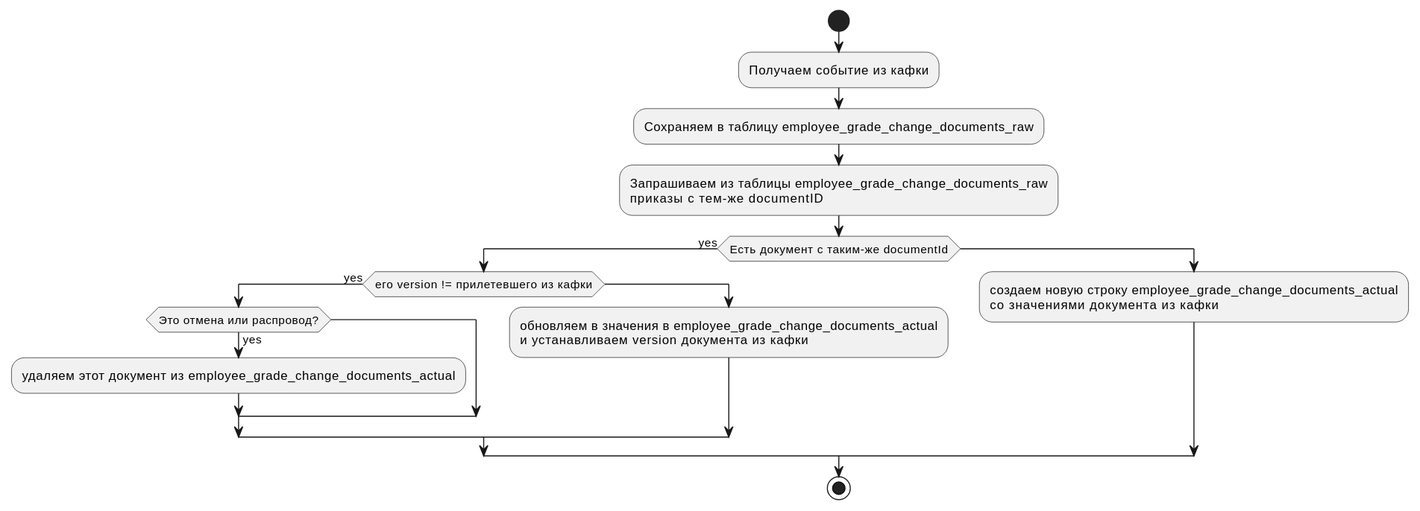
Above: static/images/data/diagrams/staff-core/FillChangesFlowGradeOrdersTopic.svg in x666ep/staff-core-architectural-analysis (PlantUML), before the change. The source it was exported from:
```plantuml
@startuml FillChangesFlowGradeOrdersTopic
skinparam ConditionEndStyle hline
scale max 500 height
    start
        :Получаем событие из кафки;
        :Сохраняем в таблицу employee_grade_change_documents_raw;
        :Запрашиваем из таблицы employee_grade_change_documents_raw
        приказы с тем-же documentID;

        if (Есть документ с таким-же documentId) then (yes)
            if (его version != прилетевшего из кафки) then (yes)
                if (Это отмена или распровод?) then (yes)
                    :удаляем этот документ из employee_grade_change_documents_actual;
                endif
            else
            :обновляем в значения в employee_grade_change_documents_actual
            и устанавливаем version документа из кафки;
            endif
            else
            :создаем новую строку employee_grade_change_documents_actual
            со значениями документа из кафки;
        endif
    stop
@enduml
```
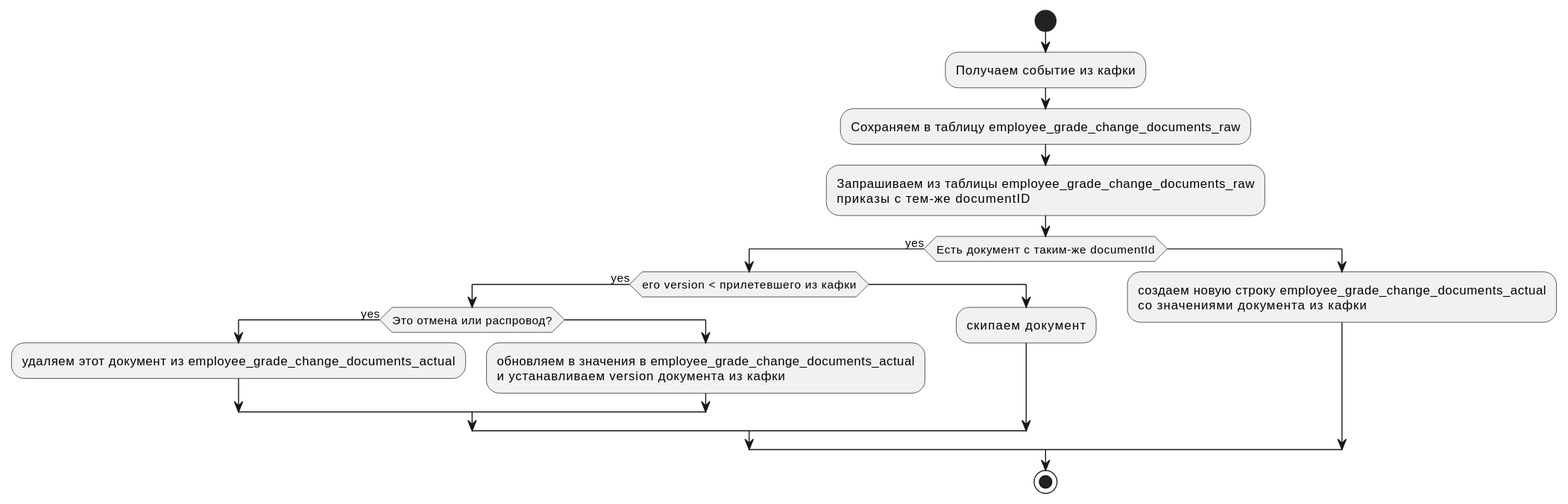
Later version of the same file.

Change to the diagram source:
```diff
@@ -8,13 +8,16 @@
         приказы с тем-же documentID;
 
         if (Есть документ с таким-же documentId) then (yes)
-            if (его version != прилетевшего из кафки) then (yes)
+            if (его version < прилетевшего из кафки) then (yes)
+
                 if (Это отмена или распровод?) then (yes)
                     :удаляем этот документ из employee_grade_change_documents_actual;
+                    else
+                    :обновляем в значения в employee_grade_change_documents_actual
+                    и устанавливаем version документа из кафки;
                 endif
             else
-            :обновляем в значения в employee_grade_change_documents_actual
-            и устанавливаем version документа из кафки;
+            :скипаем документ;
             endif
             else
             :создаем новую строку employee_grade_change_documents_actual
```
